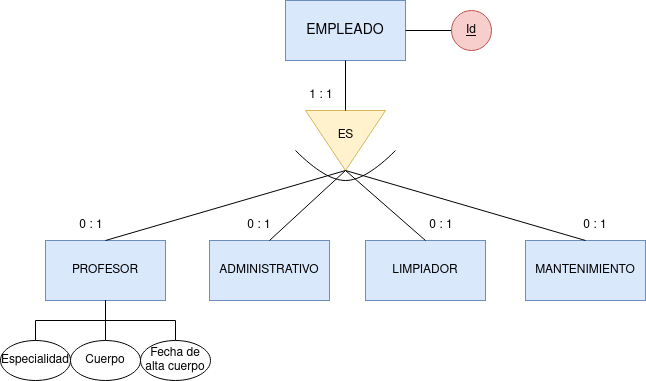
IsaiasTolP/Base-Datos keeps this draw.io diagram as Unidad-2/Tareas/Tarea-8/images/Tarea_8.png. Above is the earlier version. Source tidied: cells renumbered, new cells last; positions are measured from the earlier drawing's top-left corner, leaving out a move shared by most shapes.
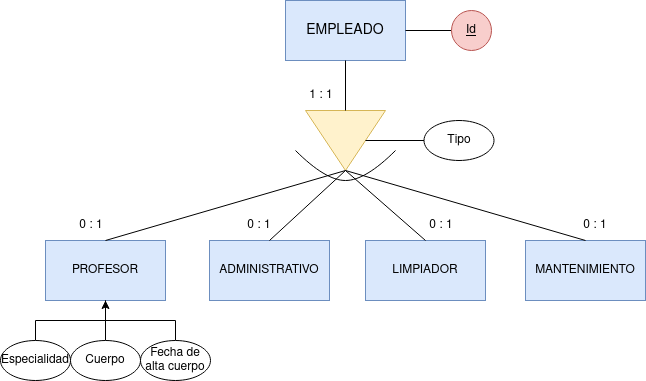
Above is the later version.

Diff of the diagram source:
```diff
@@ -8,9 +8,6 @@
     <mxCell id="3" style="triangle;whiteSpace=wrap;html=1;rotation=90;fillColor=#fff2cc;strokeColor=#d6b656;labelPosition=center;verticalLabelPosition=middle;align=center;verticalAlign=middle;" parent="1" vertex="1">
       <mxGeometry x="315" y="100" width="60" height="80" as="geometry" />
     </mxCell>
-    <mxCell id="4" value="ES" style="text;html=1;align=center;verticalAlign=middle;strokeColor=none;fillColor=none;" parent="1" vertex="1">
-      <mxGeometry x="325" y="120" width="40" height="30" as="geometry" />
-    </mxCell>
     <mxCell id="5" value="PROFESOR" style="rounded=0;whiteSpace=wrap;html=1;fillColor=#dae8fc;strokeColor=#6c8ebf;" parent="1" vertex="1">
       <mxGeometry x="45" y="240" width="120" height="60" as="geometry" />
     </mxCell>
@@ -50,7 +47,7 @@
     <mxCell id="17" value="Cuerpo" style="ellipse;whiteSpace=wrap;html=1;" parent="1" vertex="1">
       <mxGeometry x="70" y="340" width="70" height="40" as="geometry" />
     </mxCell>
-    <mxCell id="18" style="edgeStyle=orthogonalEdgeStyle;rounded=0;jettySize=auto;html=1;exitX=0.5;exitY=0;exitDx=0;exitDy=0;entryX=0.5;entryY=1;entryDx=0;entryDy=0;endArrow=none;endFill=0;" parent="1" edge="1" source="19" target="5">
+    <mxCell id="18" style="edgeStyle=orthogonalEdgeStyle;rounded=0;jettySize=auto;html=1;exitX=0.5;exitY=0;exitDx=0;exitDy=0;entryX=0.5;entryY=1;entryDx=0;entryDy=0;" parent="1" edge="1" source="19" target="5">
       <mxGeometry relative="1" as="geometry" />
     </mxCell>
     <mxCell id="19" value="Fecha de alta cuerpo" style="ellipse;whiteSpace=wrap;html=1;" parent="1" vertex="1">
@@ -87,5 +84,11 @@
     <mxCell id="27" value="Id" style="ellipse;whiteSpace=wrap;html=1;fillColor=#f8cecc;strokeColor=#b85450;fontStyle=4;" parent="1" vertex="1">
       <mxGeometry x="451" y="10" width="40" height="40" as="geometry" />
     </mxCell>
+    <mxCell id="28" style="edgeStyle=orthogonalEdgeStyle;rounded=0;jettySize=auto;html=1;exitX=0;exitY=0.5;exitDx=0;exitDy=0;entryX=0.5;entryY=0;entryDx=0;entryDy=0;endArrow=none;endFill=0;" parent="1" edge="1" source="29" target="3">
+      <mxGeometry relative="1" as="geometry" />
+    </mxCell>
+    <mxCell id="29" value="Tipo" style="ellipse;whiteSpace=wrap;html=1;" parent="1" vertex="1">
+      <mxGeometry x="423.5" y="120" width="70" height="40" as="geometry" />
+    </mxCell>
   </root>
 </mxGraphModel>
```
